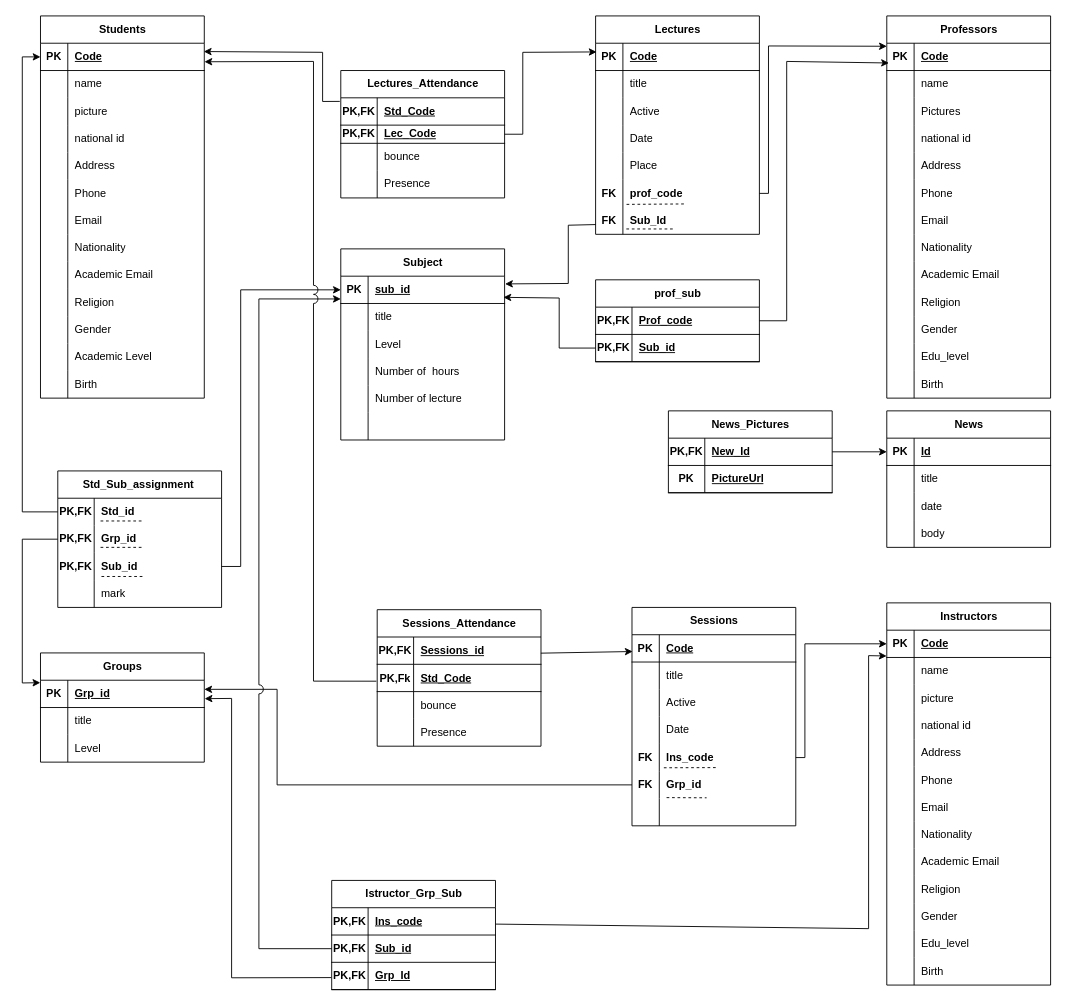
Before: Database/Mapping-schema.drawio in TulaBy/Documentation, a draw.io diagram. Source tidied: cells renumbered, new cells numbered last; positions are measured from the earlier drawing's top-left corner, leaving out a move shared by most shapes. Both pictures are drawn from the tidied source at 91%, with x=0, y=0 at pixel (22, 15).
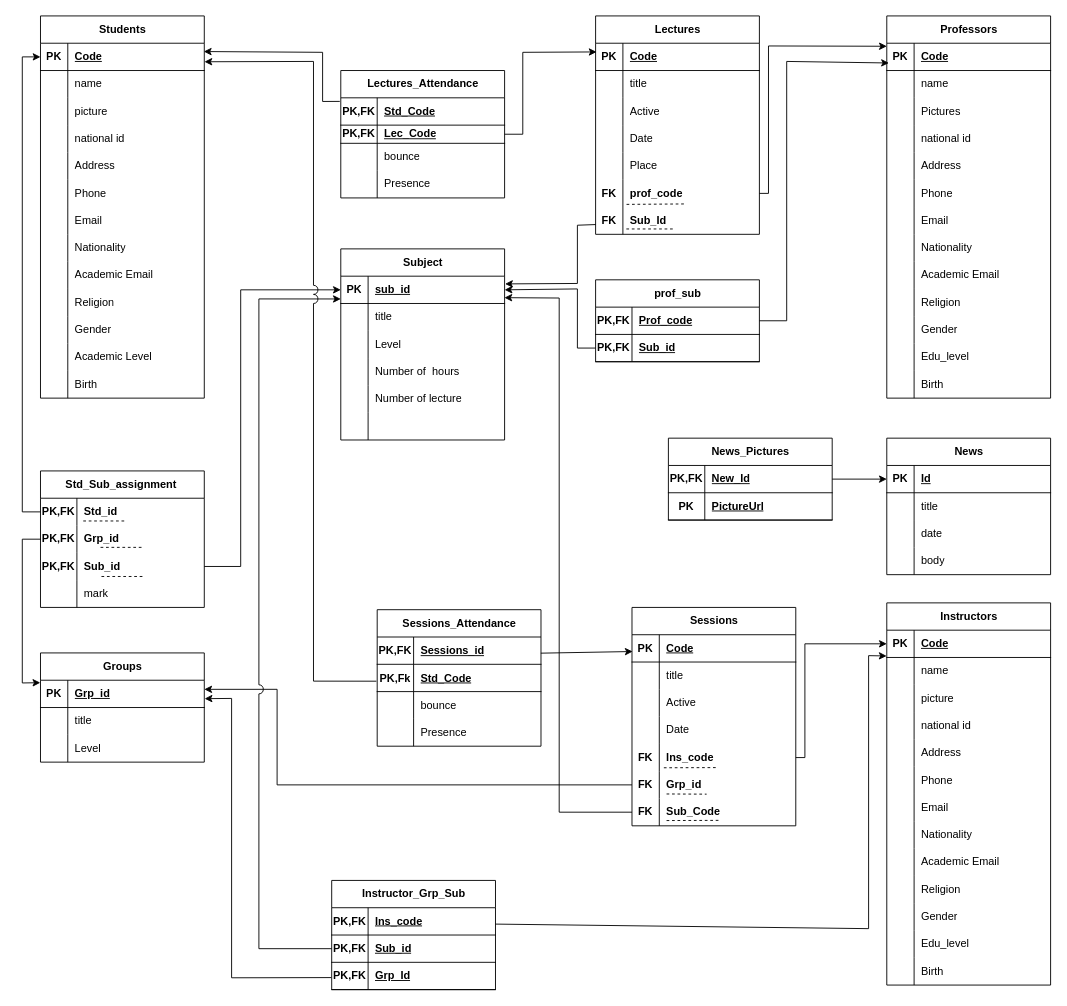
Above is the later version.

Unchanged cells that the change refers to:
```xml
<mxCell id="66" style="shape=tableRow;horizontal=0;startSize=0;swimlaneHead=0;swimlaneBody=0;fillColor=none;points=[[0,0.5],[1,0.5]];portConstraint=eastwest;top=0;left=0;right=0;bottom=1;" parent="65" vertex="1">
  <mxGeometry y="30" width="180" height="30" as="geometry" />
</mxCell>
<mxCell id="122" style="shape=tableRow;horizontal=0;startSize=0;swimlaneHead=0;swimlaneBody=0;fillColor=none;points=[[0,0.5],[1,0.5]];portConstraint=eastwest;top=0;left=0;right=0;bottom=0;" parent="103" vertex="1">
  <mxGeometry y="210" width="180" height="30" as="geometry" />
</mxCell>
<mxCell id="187" style="shape=tableRow;horizontal=0;startSize=0;swimlaneHead=0;swimlaneBody=0;fillColor=none;points=[[0,0.5],[1,0.5]];portConstraint=eastwest;top=0;left=0;right=0;bottom=1;" parent="183" vertex="1">
  <mxGeometry y="60" width="180" height="30" as="geometry" />
</mxCell>
<mxCell id="244" value="Sessions" style="shape=table;startSize=30;childLayout=tableLayout;rowLines=0;fontStyle=1;align=center;html=1;" parent="1" vertex="1">
  <mxGeometry x="670" y="650" width="180" height="240" as="geometry" />
</mxCell>
<mxCell id="264" style="shape=tableRow;horizontal=0;startSize=0;swimlaneHead=0;swimlaneBody=0;fillColor=none;points=[[0,0.5],[1,0.5]];portConstraint=eastwest;top=0;left=0;right=0;bottom=0;" parent="244" vertex="1">
  <mxGeometry y="210" width="180" height="30" as="geometry" />
</mxCell>
```

Change to the diagram source:
```diff
@@
     <mxCell id="2" value="News" style="shape=table;startSize=30;childLayout=tableLayout;rowLines=0;fontStyle=1;align=center;html=1;" parent="1" vertex="1">
-      <mxGeometry x="950" y="434" width="180" height="150" as="geometry" />
+      <mxGeometry x="950" y="464" width="180" height="150" as="geometry" />
     </mxCell>
@@
     <mxCell id="84" value="Std_Sub_assignment&amp;nbsp;" style="shape=table;startSize=30;childLayout=tableLayout;rowLines=0;fontStyle=1;align=center;html=1;" parent="1" vertex="1">
-      <mxGeometry x="39" y="500" width="180" height="150" as="geometry" />
+      <mxGeometry x="20" y="500" width="180" height="150" as="geometry" />
     </mxCell>
@@
     <mxCell id="142" style="endArrow=classic;html=1;rounded=0;entryX=1.003;entryY=0.283;entryDx=0;entryDy=0;exitX=0.001;exitY=0.642;exitDx=0;exitDy=0;jumpStyle=arc;jumpSize=10;entryPerimeter=0;exitPerimeter=0;" parent="1" edge="1" source="122" target="66">
       <mxGeometry relative="1" as="geometry">
         <Array as="points">
-          <mxPoint x="600" y="230" />
-          <mxPoint x="600" y="294" />
+          <mxPoint x="610" y="230" />
+          <mxPoint x="610" y="294" />
         </Array>
       </mxGeometry>
     </mxCell>
@@
-    <mxCell id="190" style="endArrow=classic;html=1;rounded=0;entryX=0.993;entryY=0.775;entryDx=0;entryDy=0;exitX=0;exitY=0.5;exitDx=0;exitDy=0;entryPerimeter=0;" parent="1" edge="1" source="187" target="66">
+    <mxCell id="190" style="endArrow=classic;html=1;rounded=0;entryX=1;entryY=0.5;entryDx=0;entryDy=0;exitX=0;exitY=0.5;exitDx=0;exitDy=0;" parent="1" edge="1" source="187" target="66">
       <mxGeometry relative="1" as="geometry">
         <Array as="points">
-          <mxPoint x="590" y="365" />
-          <mxPoint x="590" y="310" />
+          <mxPoint x="610" y="365" />
+          <mxPoint x="610" y="300" />
         </Array>
       </mxGeometry>
     </mxCell>
@@
-    <mxCell id="232" value="Istructor_Grp_Sub" style="shape=table;startSize=30;childLayout=tableLayout;rowLines=0;fontStyle=1;align=center;html=1;" parent="1" vertex="1">
+    <mxCell id="232" value="Instructor_Grp_Sub" style="shape=table;startSize=30;childLayout=tableLayout;rowLines=0;fontStyle=1;align=center;html=1;" parent="1" vertex="1">
       <mxGeometry x="340" y="950" width="180" height="120" as="geometry" />
     </mxCell>
@@
-    <mxCell id="265" style="shape=partialRectangle;fillColor=none;top=0;left=0;bottom=0;right=0;overflow=hidden;whiteSpace=wrap;html=1;" parent="264" vertex="1">
+    <mxCell id="265" value="FK" style="shape=partialRectangle;fillColor=none;top=0;left=0;bottom=0;right=0;overflow=hidden;whiteSpace=wrap;html=1;fontStyle=1;" parent="264" vertex="1">
       <mxGeometry width="30" height="30" as="geometry" />
     </mxCell>
-    <mxCell id="266" style="shape=partialRectangle;fillColor=none;top=0;left=0;bottom=0;right=0;align=left;spacingLeft=6;overflow=hidden;whiteSpace=wrap;html=1;" parent="264" vertex="1">
+    <mxCell id="266" value="Sub_Code" style="shape=partialRectangle;fillColor=none;top=0;left=0;bottom=0;right=0;align=left;spacingLeft=6;overflow=hidden;whiteSpace=wrap;html=1;fontStyle=1;" parent="264" vertex="1">
       <mxGeometry x="30" width="150" height="30" as="geometry" />
     </mxCell>
     <mxCell id="267" style="endArrow=none;dashed=1;html=1;rounded=0;entryX=0.428;entryY=-0.025;entryDx=0;entryDy=0;entryPerimeter=0;" parent="244" edge="1">
       <mxGeometry relative="1" as="geometry">
-        <mxPoint x="38" y="209" as="sourcePoint" />
-        <mxPoint x="82" y="209.2" as="targetPoint" />
+        <mxPoint x="38" y="205" as="sourcePoint" />
+        <mxPoint x="82" y="205.2" as="targetPoint" />
       </mxGeometry>
     </mxCell>
@@
     <mxCell id="287" value="News_Pictures" style="shape=table;startSize=30;childLayout=tableLayout;rowLines=0;fontStyle=1;align=center;html=1;" parent="1" vertex="1">
-      <mxGeometry x="710" y="434" width="180" height="90" as="geometry" />
+      <mxGeometry x="710" y="464" width="180" height="90" as="geometry" />
     </mxCell>
@@
+    <mxCell id="295" style="endArrow=none;dashed=1;html=1;rounded=0;exitX=0.206;exitY=-0.125;exitDx=0;exitDy=0;exitPerimeter=0;" parent="1" edge="1">
+      <mxGeometry relative="1" as="geometry">
+        <mxPoint x="708" y="884.2" as="sourcePoint" />
+        <mxPoint x="768" y="884" as="targetPoint" />
+      </mxGeometry>
+    </mxCell>
+    <mxCell id="296" style="endArrow=classic;html=1;rounded=0;entryX=0.999;entryY=0.787;entryDx=0;entryDy=0;exitX=0;exitY=0.5;exitDx=0;exitDy=0;entryPerimeter=0;" parent="1" edge="1" source="264" target="66">
+      <mxGeometry relative="1" as="geometry">
+        <Array as="points">
+          <mxPoint x="590" y="875" />
+          <mxPoint x="590" y="310" />
+        </Array>
+      </mxGeometry>
+    </mxCell>
```
